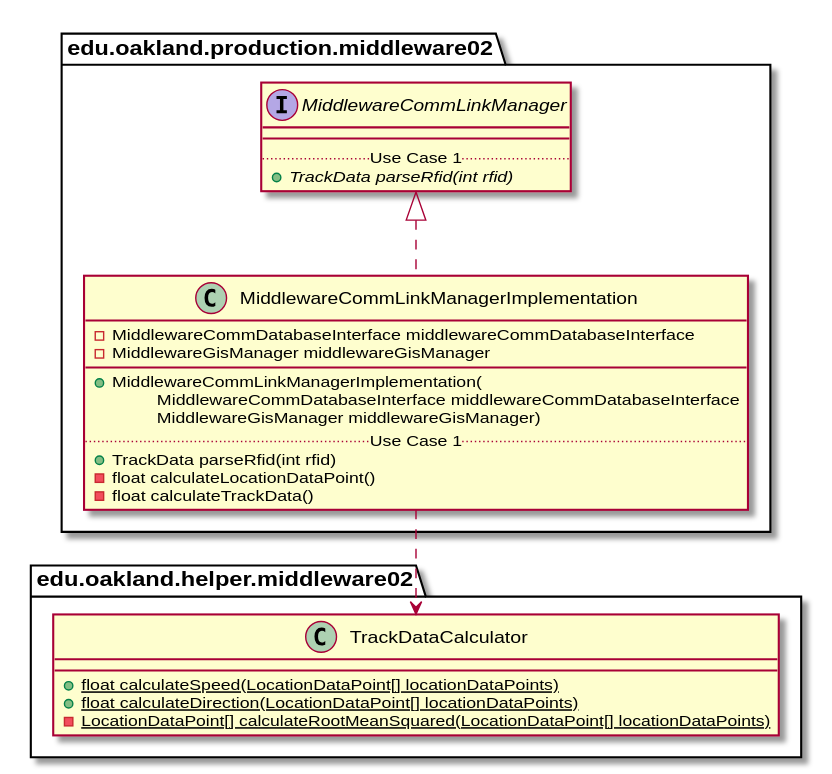
The PlantUML diagram docs/uml-class-diagrams/middleware02/production/MiddlewareCommLinkManagerImplementation/MiddlewareCommLinkManagerImplementation_Closure.svg in andrewdimmer/csi-3370-software-project, before a commit. The source it was exported from:
```plantuml
@startuml MiddlewareCommLinkManagerImplementation_Closure


package edu.oakland.production.middleware02 {
    class MiddlewareCommLinkManagerImplementation {
        - MiddlewareCommDatabaseInterface middlewareCommDatabaseInterface
        - MiddlewareGisManager middlewareGisManager
        __
        + MiddlewareCommLinkManagerImplementation(
        \tMiddlewareCommDatabaseInterface middlewareCommDatabaseInterface
        \tMiddlewareGisManager middlewareGisManager)
        .. Use Case 1 ..
        + TrackData parseRfid(int rfid)
        - float calculateLocationDataPoint()
        - float calculateTrackData()
    }
}




package edu.oakland.production.middleware02 {
    interface MiddlewareCommLinkManager {
        __
        .. Use Case 1 ..
        {abstract} + TrackData parseRfid(int rfid)
    }
}






MiddlewareCommLinkManagerImplementation .up.|> MiddlewareCommLinkManager



package edu.oakland.helper.middleware02 {
    class TrackDataCalculator {
        {static} + float calculateSpeed(LocationDataPoint[] locationDataPoints)
        {static} + float calculateDirection(LocationDataPoint[] locationDataPoints)
        {static} - LocationDataPoint[] calculateRootMeanSquared(LocationDataPoint[] locationDataPoints)
    }
}






MiddlewareCommLinkManagerImplementation ..> TrackDataCalculator



@enduml
```
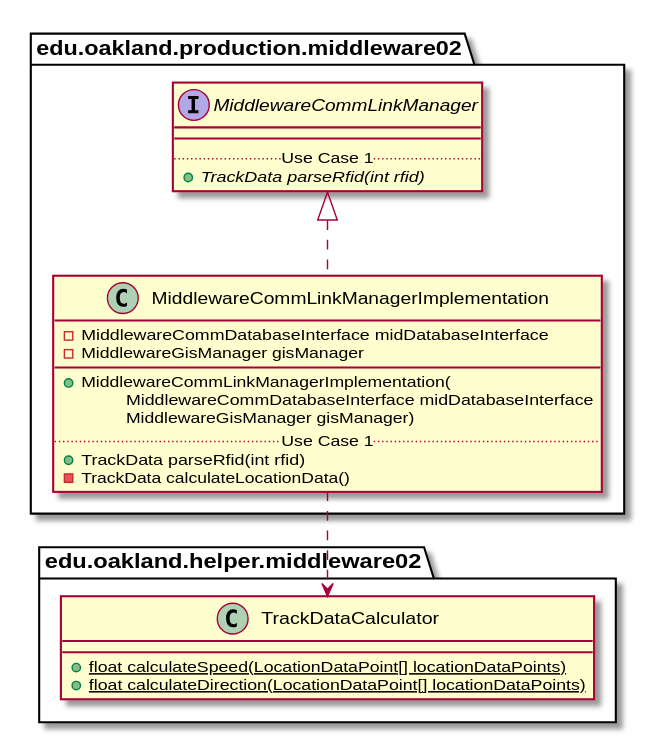
The same file after the commit.

Change to the diagram source:
```diff
@@ -3,16 +3,15 @@
 
 package edu.oakland.production.middleware02 {
     class MiddlewareCommLinkManagerImplementation {
-        - MiddlewareCommDatabaseInterface middlewareCommDatabaseInterface
-        - MiddlewareGisManager middlewareGisManager
+        - MiddlewareCommDatabaseInterface midDatabaseInterface
+        - MiddlewareGisManager gisManager
         __
         + MiddlewareCommLinkManagerImplementation(
-        \tMiddlewareCommDatabaseInterface middlewareCommDatabaseInterface
-        \tMiddlewareGisManager middlewareGisManager)
+        \tMiddlewareCommDatabaseInterface midDatabaseInterface
+        \tMiddlewareGisManager gisManager)
         .. Use Case 1 ..
         + TrackData parseRfid(int rfid)
-        - float calculateLocationDataPoint()
-        - float calculateTrackData()
+        - TrackData calculateLocationData()
     }
 }
 
@@ -40,7 +39,6 @@
     class TrackDataCalculator {
         {static} + float calculateSpeed(LocationDataPoint[] locationDataPoints)
         {static} + float calculateDirection(LocationDataPoint[] locationDataPoints)
-        {static} - LocationDataPoint[] calculateRootMeanSquared(LocationDataPoint[] locationDataPoints)
     }
 }
 
```
